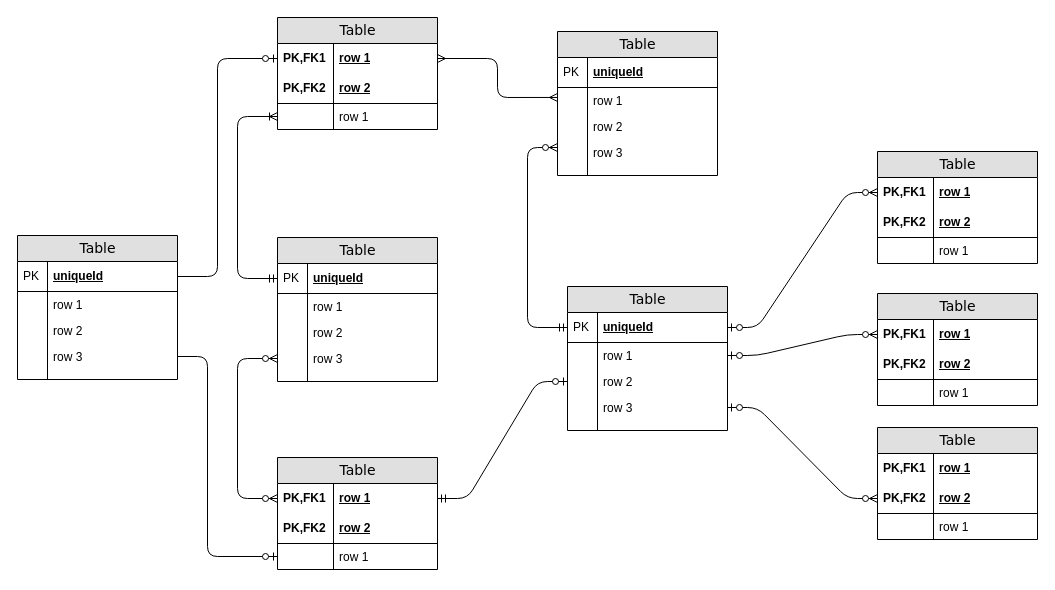
Before: schem_of_DB/AudiopMC_DB.drawio in AlexXXll/Test_to_ITMO, a draw.io diagram. Source tidied: cells renumbered, new cells numbered last; positions are measured from the earlier drawing's top-left corner, leaving out a move shared by most shapes. Both pictures are drawn from the tidied source at 100%, with x=0, y=0 at pixel (17, 17).
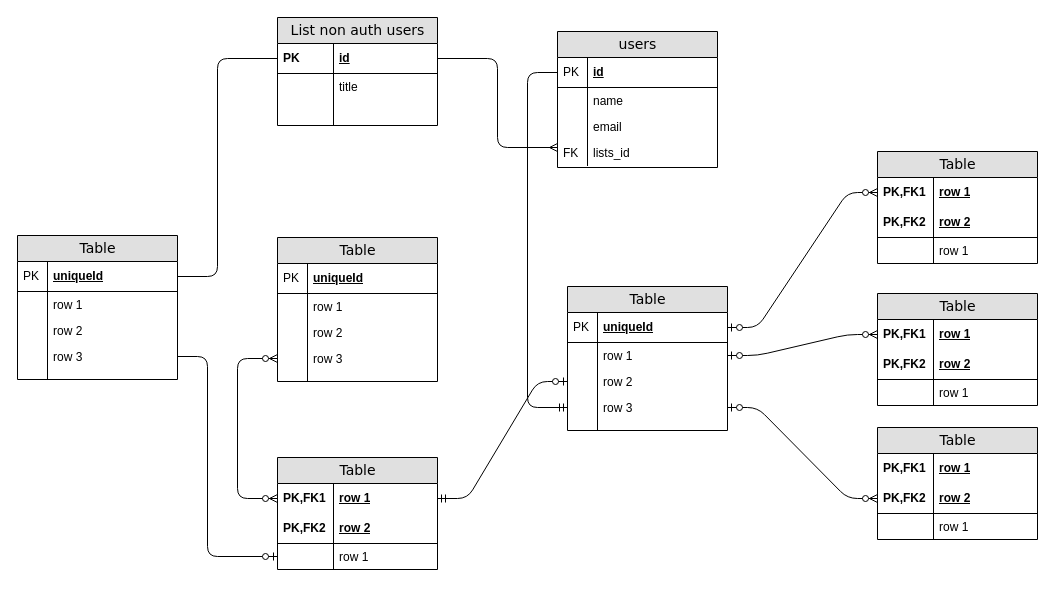
Above is the later version.

The change refers to these unchanged cells:
```xml
<mxCell id="21" value="uniqueId" style="shape=partialRectangle;top=0;left=0;right=0;bottom=1;html=1;align=left;verticalAlign=middle;fillColor=none;spacingLeft=34;spacingRight=4;whiteSpace=wrap;overflow=hidden;points=[[0,0.5],[1,0.5]];portConstraint=eastwest;fontStyle=5;" parent="20" vertex="1">
  <mxGeometry y="26" width="160" height="30" as="geometry" />
</mxCell>
<mxCell id="32" value="uniqueId" style="shape=partialRectangle;top=0;left=0;right=0;bottom=1;html=1;align=left;verticalAlign=middle;fillColor=none;spacingLeft=34;spacingRight=4;whiteSpace=wrap;overflow=hidden;points=[[0,0.5],[1,0.5]];portConstraint=eastwest;fontStyle=5;" parent="31" vertex="1">
  <mxGeometry y="26" width="160" height="30" as="geometry" />
</mxCell>
<mxCell id="38" value="row 3" style="shape=partialRectangle;top=0;left=0;right=0;bottom=0;html=1;align=left;verticalAlign=top;fillColor=none;spacingLeft=34;spacingRight=4;whiteSpace=wrap;overflow=hidden;points=[[0,0.5],[1,0.5]];portConstraint=eastwest;" parent="31" vertex="1">
  <mxGeometry y="108" width="160" height="26" as="geometry" />
</mxCell>
<mxCell id="79" value="uniqueId" style="shape=partialRectangle;top=0;left=0;right=0;bottom=1;html=1;align=left;verticalAlign=middle;fillColor=none;spacingLeft=34;spacingRight=4;whiteSpace=wrap;overflow=hidden;points=[[0,0.5],[1,0.5]];portConstraint=eastwest;fontStyle=5;" parent="78" vertex="1">
  <mxGeometry y="26" width="160" height="30" as="geometry" />
</mxCell>
```

Change to the diagram source:
```diff
@@
-    <mxCell id="2" value="Table" style="swimlane;html=1;fontStyle=0;horizontal=1;startSize=26;fillColor=#e0e0e0;swimlaneFillColor=#ffffff;align=center;rounded=0;shadow=0;comic=0;labelBackgroundColor=none;strokeWidth=1;fontFamily=Verdana;fontSize=14;" parent="1" vertex="1">
-      <mxGeometry x="260" width="160" height="112" as="geometry" />
+    <mxCell id="2" value="List non auth users" style="swimlane;html=1;fontStyle=0;horizontal=1;startSize=26;fillColor=#e0e0e0;swimlaneFillColor=#ffffff;align=center;rounded=0;shadow=0;comic=0;labelBackgroundColor=none;strokeWidth=1;fontFamily=Verdana;fontSize=14;" parent="1" vertex="1">
+      <mxGeometry x="260" width="160" height="108" as="geometry" />
     </mxCell>
-    <mxCell id="3" value="row 1" style="shape=partialRectangle;top=0;left=0;right=0;bottom=0;html=1;align=left;verticalAlign=middle;fillColor=none;spacingLeft=60;spacingRight=4;whiteSpace=wrap;overflow=hidden;points=[[0,0.5],[1,0.5]];portConstraint=eastwest;fontStyle=5;" parent="2" vertex="1">
-      <mxGeometry y="26" width="160" height="30" as="geometry" />
-    </mxCell>
-    <mxCell id="4" value="PK,FK1" style="shape=partialRectangle;fontStyle=1;top=0;left=0;bottom=0;html=1;fillColor=none;align=left;verticalAlign=middle;spacingLeft=4;spacingRight=4;whiteSpace=wrap;overflow=hidden;" parent="3" vertex="1">
-      <mxGeometry width="56" height="30" as="geometry" />
-    </mxCell>
-    <mxCell id="5" value="row 2" style="shape=partialRectangle;top=0;left=0;right=0;bottom=1;html=1;align=left;verticalAlign=middle;fillColor=none;spacingLeft=60;spacingRight=4;whiteSpace=wrap;overflow=hidden;fontStyle=5;" parent="2" vertex="1">
-      <mxGeometry y="56" width="160" height="30" as="geometry" />
-    </mxCell>
-    <mxCell id="6" value="PK,FK2" style="shape=partialRectangle;fontStyle=1;top=0;left=0;bottom=0;html=1;fillColor=none;align=left;verticalAlign=middle;spacingLeft=4;spacingRight=4;whiteSpace=wrap;overflow=hidden;" parent="5" vertex="1">
-      <mxGeometry width="56" height="30" as="geometry" />
-    </mxCell>
+    <mxCell id="91" value="id" style="shape=partialRectangle;top=0;left=0;right=0;bottom=1;html=1;align=left;verticalAlign=middle;fillColor=none;spacingLeft=60;spacingRight=4;whiteSpace=wrap;overflow=hidden;points=[[0,0.5],[1,0.5]];portConstraint=eastwest;fontStyle=5;" parent="2" vertex="1">
+      <mxGeometry y="26" width="160" height="30" as="geometry" />
+    </mxCell>
+    <mxCell id="92" value="&lt;span style=&quot;&quot;&gt;PK&lt;/span&gt;" style="shape=partialRectangle;fontStyle=1;top=0;left=0;bottom=0;html=1;fillColor=none;align=left;verticalAlign=middle;spacingLeft=4;spacingRight=4;whiteSpace=wrap;overflow=hidden;" parent="91" vertex="1">
+      <mxGeometry width="56" height="30" as="geometry" />
+    </mxCell>
-    <mxCell id="7" value="row 1" style="shape=partialRectangle;top=0;left=0;right=0;bottom=0;html=1;align=left;verticalAlign=top;fillColor=none;spacingLeft=60;spacingRight=4;whiteSpace=wrap;overflow=hidden;points=[[0,0.5],[1,0.5]];portConstraint=eastwest;" parent="2" vertex="1">
-      <mxGeometry y="86" width="160" height="26" as="geometry" />
+    <mxCell id="7" value="title" style="shape=partialRectangle;top=0;left=0;right=0;bottom=0;html=1;align=left;verticalAlign=top;fillColor=none;spacingLeft=60;spacingRight=4;whiteSpace=wrap;overflow=hidden;points=[[0,0.5],[1,0.5]];portConstraint=eastwest;" parent="2" vertex="1">
+      <mxGeometry y="56" width="160" height="26" as="geometry" />
     </mxCell>
@@
+    <mxCell id="93" style="shape=partialRectangle;top=0;left=0;right=0;bottom=0;html=1;align=left;verticalAlign=top;fillColor=none;spacingLeft=60;spacingRight=4;whiteSpace=wrap;overflow=hidden;" parent="2" vertex="1">
+      <mxGeometry y="82" width="160" height="26" as="geometry" />
+    </mxCell>
+    <mxCell id="94" style="shape=partialRectangle;top=0;left=0;bottom=0;html=1;fillColor=none;align=left;verticalAlign=top;spacingLeft=4;spacingRight=4;whiteSpace=wrap;overflow=hidden;" parent="93" vertex="1">
+      <mxGeometry width="56" height="26" as="geometry" />
+    </mxCell>
-    <mxCell id="9" value="Table" style="swimlane;html=1;fontStyle=0;horizontal=1;startSize=26;fillColor=#e0e0e0;swimlaneFillColor=#ffffff;align=center;rounded=0;shadow=0;comic=0;labelBackgroundColor=none;strokeWidth=1;fontFamily=Verdana;fontSize=14;swimlaneLine=1;" parent="1" vertex="1">
-      <mxGeometry x="540" y="14" width="160" height="144" as="geometry" />
+    <mxCell id="9" value="users" style="swimlane;html=1;fontStyle=0;horizontal=1;startSize=26;fillColor=#e0e0e0;swimlaneFillColor=#ffffff;align=center;rounded=0;shadow=0;comic=0;labelBackgroundColor=none;strokeWidth=1;fontFamily=Verdana;fontSize=14;swimlaneLine=1;" parent="1" vertex="1">
+      <mxGeometry x="540" y="14" width="160" height="136" as="geometry" />
     </mxCell>
-    <mxCell id="10" value="uniqueId" style="shape=partialRectangle;top=0;left=0;right=0;bottom=1;html=1;align=left;verticalAlign=middle;fillColor=none;spacingLeft=34;spacingRight=4;whiteSpace=wrap;overflow=hidden;points=[[0,0.5],[1,0.5]];portConstraint=eastwest;fontStyle=5;" parent="9" vertex="1">
+    <mxCell id="10" value="id" style="shape=partialRectangle;top=0;left=0;right=0;bottom=1;html=1;align=left;verticalAlign=middle;fillColor=none;spacingLeft=34;spacingRight=4;whiteSpace=wrap;overflow=hidden;points=[[0,0.5],[1,0.5]];portConstraint=eastwest;fontStyle=5;" parent="9" vertex="1">
       <mxGeometry y="26" width="160" height="30" as="geometry" />
     </mxCell>
@@
-    <mxCell id="12" value="row 1" style="shape=partialRectangle;top=0;left=0;right=0;bottom=0;html=1;align=left;verticalAlign=top;fillColor=none;spacingLeft=34;spacingRight=4;whiteSpace=wrap;overflow=hidden;points=[[0,0.5],[1,0.5]];portConstraint=eastwest;" parent="9" vertex="1">
+    <mxCell id="12" value="name" style="shape=partialRectangle;top=0;left=0;right=0;bottom=0;html=1;align=left;verticalAlign=top;fillColor=none;spacingLeft=34;spacingRight=4;whiteSpace=wrap;overflow=hidden;points=[[0,0.5],[1,0.5]];portConstraint=eastwest;" parent="9" vertex="1">
       <mxGeometry y="56" width="160" height="26" as="geometry" />
     </mxCell>
@@
-    <mxCell id="14" value="row 2" style="shape=partialRectangle;top=0;left=0;right=0;bottom=0;html=1;align=left;verticalAlign=top;fillColor=none;spacingLeft=34;spacingRight=4;whiteSpace=wrap;overflow=hidden;" parent="9" vertex="1">
+    <mxCell id="14" value="email" style="shape=partialRectangle;top=0;left=0;right=0;bottom=0;html=1;align=left;verticalAlign=top;fillColor=none;spacingLeft=34;spacingRight=4;whiteSpace=wrap;overflow=hidden;" parent="9" vertex="1">
       <mxGeometry y="82" width="160" height="26" as="geometry" />
     </mxCell>
@@
-    <mxCell id="16" value="row 3" style="shape=partialRectangle;top=0;left=0;right=0;bottom=0;html=1;align=left;verticalAlign=top;fillColor=none;spacingLeft=34;spacingRight=4;whiteSpace=wrap;overflow=hidden;points=[[0,0.5],[1,0.5]];portConstraint=eastwest;" parent="9" vertex="1">
+    <mxCell id="16" value="lists_id" style="shape=partialRectangle;top=0;left=0;right=0;bottom=0;html=1;align=left;verticalAlign=top;fillColor=none;spacingLeft=34;spacingRight=4;whiteSpace=wrap;overflow=hidden;points=[[0,0.5],[1,0.5]];portConstraint=eastwest;" parent="9" vertex="1">
       <mxGeometry y="108" width="160" height="26" as="geometry" />
     </mxCell>
-    <mxCell id="17" style="shape=partialRectangle;top=0;left=0;bottom=0;html=1;fillColor=none;align=left;verticalAlign=top;spacingLeft=4;spacingRight=4;whiteSpace=wrap;overflow=hidden;" parent="16" vertex="1">
+    <mxCell id="17" value="FK" style="shape=partialRectangle;top=0;left=0;bottom=0;html=1;fillColor=none;align=left;verticalAlign=top;spacingLeft=4;spacingRight=4;whiteSpace=wrap;overflow=hidden;" parent="16" vertex="1">
       <mxGeometry width="30" height="26" as="geometry" />
     </mxCell>
-    <mxCell id="18" style="shape=partialRectangle;top=0;left=0;right=0;bottom=0;html=1;align=left;verticalAlign=top;fillColor=none;spacingLeft=34;spacingRight=4;whiteSpace=wrap;overflow=hidden;" parent="9" vertex="1">
-      <mxGeometry y="134" width="160" height="10" as="geometry" />
-    </mxCell>
-    <mxCell id="19" style="shape=partialRectangle;top=0;left=0;bottom=0;html=1;fillColor=none;align=left;verticalAlign=top;spacingLeft=4;spacingRight=4;whiteSpace=wrap;overflow=hidden;" parent="18" vertex="1">
-      <mxGeometry width="30" height="10" as="geometry" />
-    </mxCell>
@@
-    <mxCell id="56" style="edgeStyle=orthogonalEdgeStyle;html=1;endArrow=ERoneToMany;startArrow=ERmandOne;labelBackgroundColor=none;fontFamily=Verdana;fontSize=14;entryX=0;entryY=0.5;exitX=0;exitY=0.5;" parent="1" edge="1" source="21" target="7">
-      <mxGeometry relative="1" as="geometry">
-        <Array as="points">
-          <mxPoint x="220" y="261" />
-          <mxPoint x="220" y="99" />
-        </Array>
-      </mxGeometry>
-    </mxCell>
@@
-    <mxCell id="58" style="edgeStyle=orthogonalEdgeStyle;html=1;endArrow=ERmany;startArrow=ERmany;labelBackgroundColor=none;fontFamily=Verdana;fontSize=14;entryX=1;entryY=0.5;exitX=0;exitY=0.383;exitPerimeter=0;" parent="1" edge="1" source="12" target="3">
+    <mxCell id="58" style="edgeStyle=orthogonalEdgeStyle;html=1;endArrow=none;startArrow=ERmany;labelBackgroundColor=none;fontFamily=Verdana;fontSize=14;endFill=0;entryX=1;entryY=0.5;entryDx=0;entryDy=0;" parent="1" edge="1" target="91">
       <mxGeometry relative="1" as="geometry">
+        <mxPoint x="540" y="130" as="sourcePoint" />
         <Array as="points">
-          <mxPoint x="480" y="80" />
+          <mxPoint x="480" y="130" />
           <mxPoint x="480" y="41" />
         </Array>
       </mxGeometry>
     </mxCell>
-    <mxCell id="59" style="edgeStyle=orthogonalEdgeStyle;html=1;endArrow=ERzeroToMany;startArrow=ERmandOne;labelBackgroundColor=none;fontFamily=Verdana;fontSize=14;entryX=0;entryY=0.308;entryPerimeter=0;exitX=0;exitY=0.5;" parent="1" edge="1" source="32" target="16">
+    <mxCell id="59" style="edgeStyle=orthogonalEdgeStyle;html=1;endArrow=none;startArrow=ERmandOne;labelBackgroundColor=none;fontFamily=Verdana;fontSize=14;exitX=0;exitY=0.5;endFill=0;entryX=0;entryY=0.5;entryDx=0;entryDy=0;exitDx=0;exitDy=0;" parent="1" edge="1" source="38" target="10">
       <mxGeometry relative="1" as="geometry">
         <Array as="points">
-          <mxPoint x="510" y="310" />
-          <mxPoint x="510" y="130" />
+          <mxPoint x="510" y="390" />
+          <mxPoint x="510" y="55" />
         </Array>
       </mxGeometry>
     </mxCell>
@@
-    <mxCell id="89" style="edgeStyle=orthogonalEdgeStyle;html=1;endArrow=ERzeroToOne;endFill=1;labelBackgroundColor=none;fontFamily=Verdana;fontSize=14;entryX=0;entryY=0.5;exitX=1;exitY=0.5;" parent="1" edge="1" source="79" target="3">
+    <mxCell id="89" style="edgeStyle=orthogonalEdgeStyle;html=1;endArrow=none;endFill=0;labelBackgroundColor=none;fontFamily=Verdana;fontSize=14;entryX=0;entryY=0.5;exitX=1;exitY=0.5;" parent="1" edge="1" source="79">
       <mxGeometry relative="1" as="geometry">
+        <mxPoint x="260" y="41" as="targetPoint" />
         <Array as="points">
           <mxPoint x="200" y="259" />
           <mxPoint x="200" y="41" />
         </Array>
       </mxGeometry>
     </mxCell>
```
